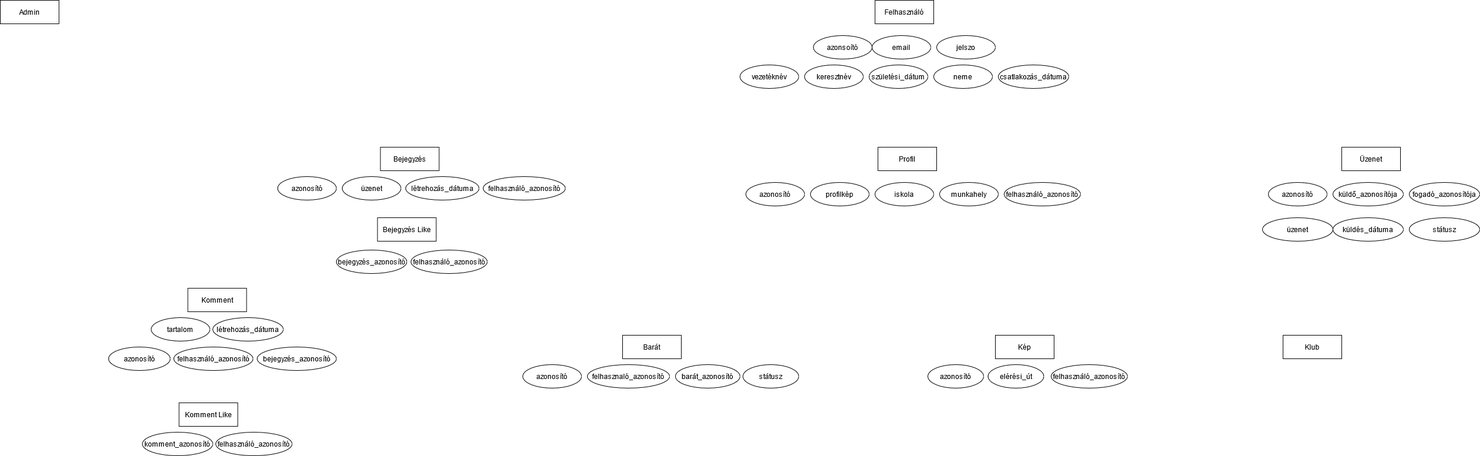
Before: Diagramok/ek_diagram.png, a diagram exported from draw.io (lubygyuri/kozossegi_oldal). Source tidied: cells renumbered, new cells last; positions are measured from the earlier drawing's top-left corner, leaving out a move shared by most shapes.
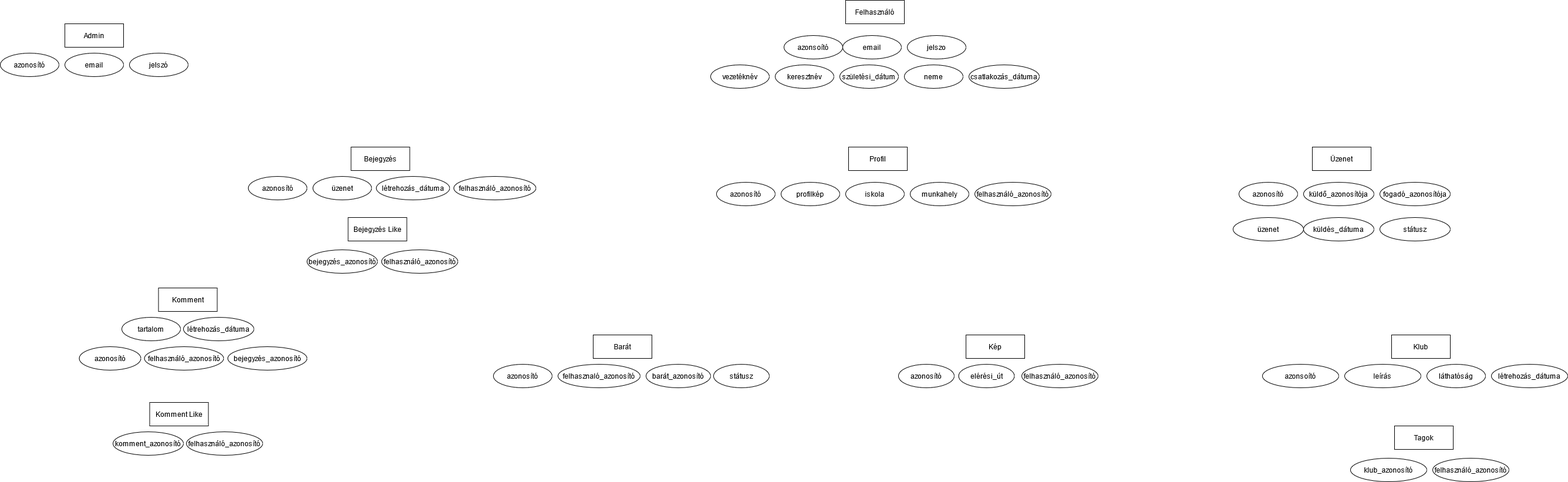
Later version of the same file.

Change to the diagram source:
```diff
@@ -3,7 +3,7 @@
     <mxCell id="0" />
     <mxCell id="1" parent="0" />
     <mxCell id="2" value="&lt;div&gt;Admin&lt;/div&gt;" style="whiteSpace=wrap;html=1;align=center;" parent="1" vertex="1">
-      <mxGeometry width="100" height="40" as="geometry" />
+      <mxGeometry x="160" y="40" width="100" height="40" as="geometry" />
     </mxCell>
     <mxCell id="3" value="&lt;div&gt;Felhasználó&lt;/div&gt;" style="whiteSpace=wrap;html=1;align=center;" parent="1" vertex="1">
       <mxGeometry x="1490" width="100" height="40" as="geometry" />
@@ -48,7 +48,7 @@
       <mxGeometry x="1590" y="110" width="100" height="40" as="geometry" />
     </mxCell>
     <mxCell id="17" value="Klub" style="whiteSpace=wrap;html=1;align=center;" parent="1" vertex="1">
-      <mxGeometry x="2185" y="570" width="100" height="40" as="geometry" />
+      <mxGeometry x="2420" y="570" width="100" height="40" as="geometry" />
     </mxCell>
     <mxCell id="18" value="munkahely" style="ellipse;whiteSpace=wrap;html=1;align=center;" parent="1" vertex="1">
       <mxGeometry x="1600" y="310" width="100" height="40" as="geometry" />
@@ -152,5 +152,35 @@
     <mxCell id="51" value="azonosító" style="ellipse;whiteSpace=wrap;html=1;align=center;" parent="1" vertex="1">
       <mxGeometry x="890" y="620" width="100" height="40" as="geometry" />
     </mxCell>
+    <mxCell id="52" value="azonsoító" style="ellipse;whiteSpace=wrap;html=1;align=center;" parent="1" vertex="1">
+      <mxGeometry x="2200" y="620" width="130" height="40" as="geometry" />
+    </mxCell>
+    <mxCell id="53" value="létrehozás_dátuma" style="ellipse;whiteSpace=wrap;html=1;align=center;" parent="1" vertex="1">
+      <mxGeometry x="2590" y="620" width="130" height="40" as="geometry" />
+    </mxCell>
+    <mxCell id="54" value="Tagok" style="whiteSpace=wrap;html=1;align=center;" parent="1" vertex="1">
+      <mxGeometry x="2425" y="725" width="100" height="40" as="geometry" />
+    </mxCell>
+    <mxCell id="55" value="klub_azonosító" style="ellipse;whiteSpace=wrap;html=1;align=center;" parent="1" vertex="1">
+      <mxGeometry x="2350" y="780" width="130" height="40" as="geometry" />
+    </mxCell>
+    <mxCell id="56" value="felhasználó_azonosító" style="ellipse;whiteSpace=wrap;html=1;align=center;" parent="1" vertex="1">
+      <mxGeometry x="2490" y="780" width="130" height="40" as="geometry" />
+    </mxCell>
+    <mxCell id="57" value="leírás" style="ellipse;whiteSpace=wrap;html=1;align=center;" parent="1" vertex="1">
+      <mxGeometry x="2340" y="620" width="130" height="40" as="geometry" />
+    </mxCell>
+    <mxCell id="58" value="láthatóság" style="ellipse;whiteSpace=wrap;html=1;align=center;" parent="1" vertex="1">
+      <mxGeometry x="2480" y="620" width="100" height="40" as="geometry" />
+    </mxCell>
+    <mxCell id="59" value="email" style="ellipse;whiteSpace=wrap;html=1;align=center;" parent="1" vertex="1">
+      <mxGeometry x="160" y="90" width="100" height="40" as="geometry" />
+    </mxCell>
+    <mxCell id="60" value="jelszó" style="ellipse;whiteSpace=wrap;html=1;align=center;" parent="1" vertex="1">
+      <mxGeometry x="270" y="90" width="100" height="40" as="geometry" />
+    </mxCell>
+    <mxCell id="61" value="azonosító" style="ellipse;whiteSpace=wrap;html=1;align=center;" parent="1" vertex="1">
+      <mxGeometry x="50" y="90" width="100" height="40" as="geometry" />
+    </mxCell>
   </root>
 </mxGraphModel>
```
